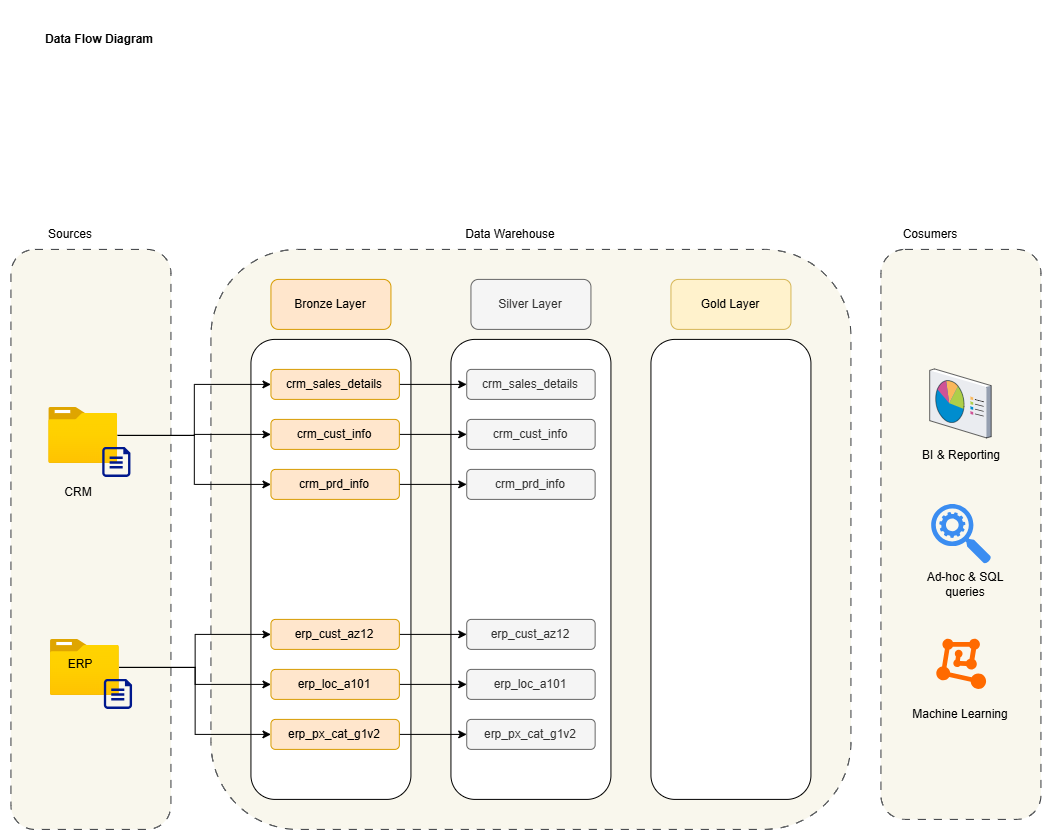
Laaad/Mini-Data-Warehouse keeps this draw.io diagram as DWH/documents/Data Flow Diagram.png. Above is the earlier version. Source tidied: cells renumbered, new cells last; positions are measured from the earlier drawing's top-left corner, leaving out a move shared by most shapes.
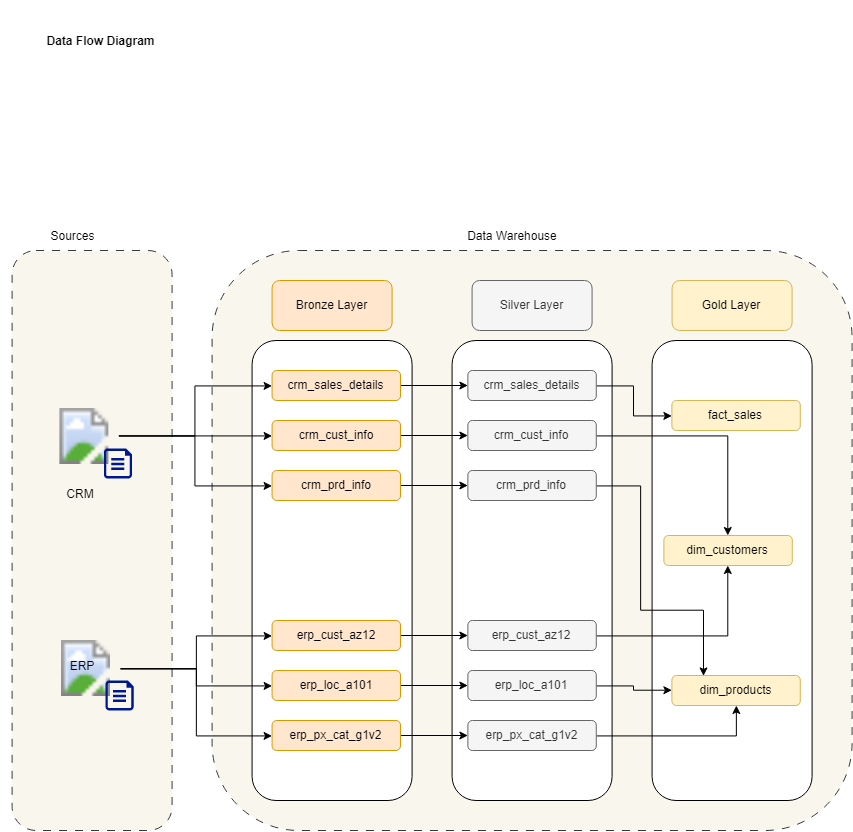
After the commit.

Commit message:
Update Data Flow Diagram and PNG representation for clarity and accuracy

The edit, as a diff of the source:
```diff
@@ -32,12 +32,6 @@
     <mxCell id="11" value="Sources" style="text;html=1;whiteSpace=wrap;strokeColor=none;fillColor=none;align=center;verticalAlign=middle;rounded=0;" parent="1" vertex="1">
       <mxGeometry x="11.6" y="220" width="120" height="30" as="geometry" />
     </mxCell>
-    <mxCell id="12" value=" " style="rounded=1;whiteSpace=wrap;html=1;dashed=1;dashPattern=8 8;fillColor=#f9f7ed;strokeColor=#36393d;" parent="1" vertex="1">
-      <mxGeometry x="881.6" y="250" width="160" height="570" as="geometry" />
-    </mxCell>
-    <mxCell id="13" value="Cosumers" style="text;html=1;whiteSpace=wrap;strokeColor=none;fillColor=none;align=center;verticalAlign=middle;rounded=0;" parent="1" vertex="1">
-      <mxGeometry x="871.6" y="220" width="120" height="30" as="geometry" />
-    </mxCell>
     <mxCell id="14" style="group;" parent="1" vertex="1">
       <mxGeometry x="49.4" y="408" width="82.2" height="100" as="geometry" />
     </mxCell>
@@ -53,24 +47,6 @@
     <mxCell id="18" value="CRM" style="text;html=1;whiteSpace=wrap;strokeColor=none;fillColor=none;align=center;verticalAlign=middle;rounded=0;" parent="14" vertex="1">
       <mxGeometry y="70" width="60" height="30" as="geometry" />
     </mxCell>
-    <mxCell id="19" style="verticalLabelPosition=bottom;sketch=0;html=1;verticalAlign=top;strokeColor=none;align=center;shape=mxgraph.citrix.reporting;" parent="1" vertex="1">
-      <mxGeometry x="930.8" y="370" width="61.5" height="69" as="geometry" />
-    </mxCell>
-    <mxCell id="20" style="sketch=0;html=1;strokeColor=none;shadow=0;fillColor=#3B8DF1;verticalAlign=top;labelPosition=center;verticalLabelPosition=bottom;shape=mxgraph.gcp2.search_api;" parent="1" vertex="1">
-      <mxGeometry x="932.3" y="505" width="60" height="60" as="geometry" />
-    </mxCell>
-    <mxCell id="21" style="html=1;align=center;shadow=0;dashed=0;fillColor=#FF6A00;strokeColor=none;shape=mxgraph.alibaba_cloud.machine_learning;" parent="1" vertex="1">
-      <mxGeometry x="937.4" y="640" width="49.8" height="50.1" as="geometry" />
-    </mxCell>
-    <mxCell id="22" value="BI &amp;amp; Reporting" style="text;html=1;whiteSpace=wrap;strokeColor=none;fillColor=none;align=center;verticalAlign=middle;rounded=0;" parent="1" vertex="1">
-      <mxGeometry x="907.3" y="441" width="110" height="30" as="geometry" />
-    </mxCell>
-    <mxCell id="23" value="Ad-hoc &amp;amp; SQL queries" style="text;html=1;whiteSpace=wrap;strokeColor=none;fillColor=none;align=center;verticalAlign=middle;rounded=0;" parent="1" vertex="1">
-      <mxGeometry x="911.6" y="570" width="110" height="30" as="geometry" />
-    </mxCell>
-    <mxCell id="24" value="Machine Learning" style="text;html=1;whiteSpace=wrap;strokeColor=none;fillColor=none;align=center;verticalAlign=middle;rounded=0;" parent="1" vertex="1">
-      <mxGeometry x="906.6" y="700" width="110" height="30" as="geometry" />
-    </mxCell>
     <mxCell id="25" value="Data Flow Diagram" style="text;html=1;whiteSpace=wrap;strokeColor=none;fillColor=none;align=center;verticalAlign=middle;rounded=0;fontStyle=1;" parent="1" vertex="1">
       <mxGeometry width="200" height="80" as="geometry" />
     </mxCell>
@@ -143,23 +119,56 @@
     <mxCell id="48" style="edgeStyle=orthogonalEdgeStyle;rounded=0;jettySize=auto;html=1;entryX=0;entryY=0.5;entryDx=0;entryDy=0;" parent="1" edge="1" source="43" target="40">
       <mxGeometry relative="1" as="geometry" />
     </mxCell>
+    <mxCell id="55" style="edgeStyle=orthogonalEdgeStyle;rounded=0;jettySize=auto;html=1;" parent="1" edge="1" source="49" target="61">
+      <mxGeometry relative="1" as="geometry" />
+    </mxCell>
     <mxCell id="49" value="crm_sales_details" style="rounded=1;whiteSpace=wrap;html=1;fillColor=#f5f5f5;strokeColor=#666666;fontColor=#333333;" parent="1" vertex="1">
       <mxGeometry x="467.4" y="370" width="128.4" height="30" as="geometry" />
     </mxCell>
+    <mxCell id="56" style="edgeStyle=orthogonalEdgeStyle;rounded=0;jettySize=auto;html=1;" parent="1" edge="1" source="50" target="62">
+      <mxGeometry relative="1" as="geometry" />
+    </mxCell>
     <mxCell id="50" value="crm_cust_info" style="rounded=1;whiteSpace=wrap;html=1;fillColor=#f5f5f5;strokeColor=#666666;fontColor=#333333;" parent="1" vertex="1">
       <mxGeometry x="467.4" y="420" width="128.4" height="30" as="geometry" />
     </mxCell>
+    <mxCell id="57" style="edgeStyle=orthogonalEdgeStyle;rounded=0;jettySize=auto;html=1;entryX=0.25;entryY=0;entryDx=0;entryDy=0;" parent="1" edge="1" source="51" target="63">
+      <mxGeometry relative="1" as="geometry">
+        <Array as="points">
+          <mxPoint x="640" y="485" />
+          <mxPoint x="640" y="610" />
+          <mxPoint x="703" y="610" />
+        </Array>
+      </mxGeometry>
+    </mxCell>
     <mxCell id="51" value="crm_prd_info" style="rounded=1;whiteSpace=wrap;html=1;fillColor=#f5f5f5;strokeColor=#666666;fontColor=#333333;" parent="1" vertex="1">
       <mxGeometry x="467.4" y="470" width="128.4" height="30" as="geometry" />
     </mxCell>
+    <mxCell id="58" style="edgeStyle=orthogonalEdgeStyle;rounded=0;jettySize=auto;html=1;" parent="1" edge="1" source="52" target="62">
+      <mxGeometry relative="1" as="geometry" />
+    </mxCell>
     <mxCell id="52" value="erp_cust_az12" style="rounded=1;whiteSpace=wrap;html=1;fillColor=#f5f5f5;strokeColor=#666666;fontColor=#333333;" parent="1" vertex="1">
       <mxGeometry x="467.4" y="620" width="128.4" height="30" as="geometry" />
     </mxCell>
+    <mxCell id="59" style="edgeStyle=orthogonalEdgeStyle;rounded=0;jettySize=auto;html=1;" parent="1" edge="1" source="53" target="63">
+      <mxGeometry relative="1" as="geometry" />
+    </mxCell>
     <mxCell id="53" value="erp_loc_a101" style="rounded=1;whiteSpace=wrap;html=1;fillColor=#f5f5f5;strokeColor=#666666;fontColor=#333333;" parent="1" vertex="1">
       <mxGeometry x="467.4" y="670" width="128.4" height="30" as="geometry" />
     </mxCell>
+    <mxCell id="60" style="edgeStyle=orthogonalEdgeStyle;rounded=0;jettySize=auto;html=1;" parent="1" edge="1" source="54" target="63">
+      <mxGeometry relative="1" as="geometry" />
+    </mxCell>
     <mxCell id="54" value="erp_px_cat_g1v2" style="rounded=1;whiteSpace=wrap;html=1;fillColor=#f5f5f5;strokeColor=#666666;fontColor=#333333;" parent="1" vertex="1">
       <mxGeometry x="467.4" y="720" width="128.4" height="30" as="geometry" />
     </mxCell>
+    <mxCell id="61" value="fact_sales" style="rounded=1;whiteSpace=wrap;html=1;fillColor=#fff2cc;strokeColor=#d6b656;" parent="1" vertex="1">
+      <mxGeometry x="671.4" y="400" width="128.4" height="30" as="geometry" />
+    </mxCell>
+    <mxCell id="62" value="dim_customers" style="rounded=1;whiteSpace=wrap;html=1;fillColor=#fff2cc;strokeColor=#d6b656;" parent="1" vertex="1">
+      <mxGeometry x="663.4" y="535" width="128.4" height="30" as="geometry" />
+    </mxCell>
+    <mxCell id="63" value="dim_products" style="rounded=1;whiteSpace=wrap;html=1;fillColor=#fff2cc;strokeColor=#d6b656;" parent="1" vertex="1">
+      <mxGeometry x="671.4" y="675" width="128.4" height="30" as="geometry" />
+    </mxCell>
   </root>
 </mxGraphModel>
```
